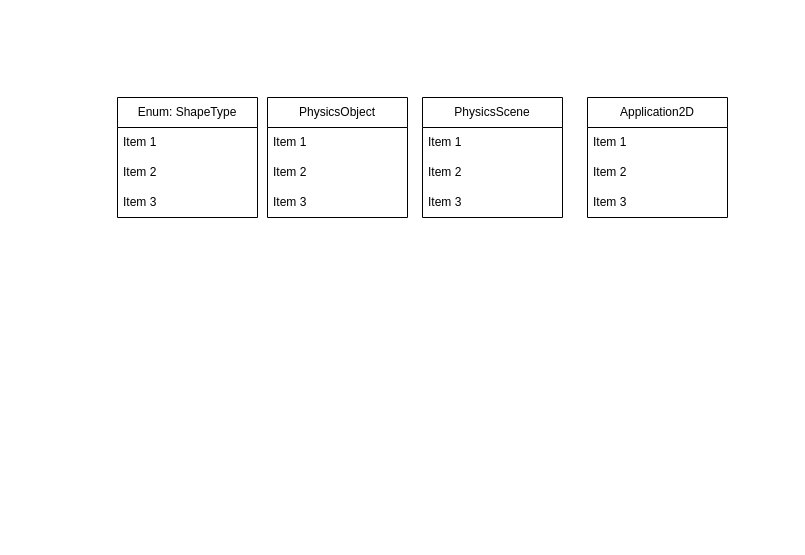
This is Untitled Diagram.drawio from HeMan-Sigmar/aieBootstrap, a draw.io file, before an edit. Source tidied: cells renumbered, new cells numbered last; positions are measured from the earlier drawing's top-left corner, leaving out a move shared by most shapes. Both pictures are drawn from the tidied source at 100%, with x=0, y=0 at pixel (117, 97).
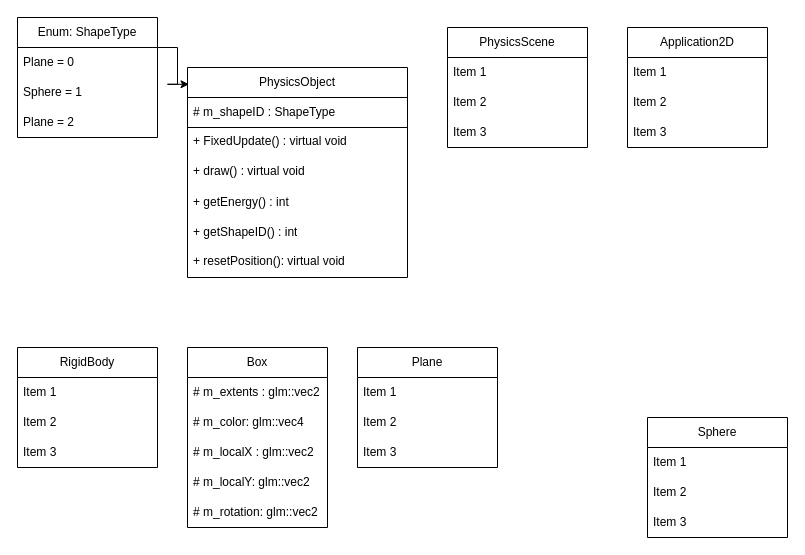
Above is the later version.

Diff of the diagram source:
```diff
@@
     <mxCell id="2" value="PhysicsScene" style="swimlane;fontStyle=0;horizontal=1;startSize=30;whiteSpace=wrap;html=1;" parent="1" vertex="1">
-      <mxGeometry x="305" width="140" height="120" as="geometry" />
+      <mxGeometry x="330" y="-70" width="140" height="120" as="geometry" />
     </mxCell>
@@
-    <mxCell id="6" value="PhysicsObject" style="swimlane;fontStyle=0;horizontal=1;startSize=30;whiteSpace=wrap;html=1;" parent="1" vertex="1">
-      <mxGeometry x="150" width="140" height="120" as="geometry" />
+    <mxCell id="6" value="PhysicsObject" style="swimlane;fontStyle=0;horizontal=1;startSize=30;whiteSpace=wrap;html=1;swimlaneLine=1;" parent="1" vertex="1">
+      <mxGeometry x="70" y="-30" width="220" height="210" as="geometry" />
     </mxCell>
-    <mxCell id="7" value="Item 1" style="text;strokeColor=none;fillColor=none;align=left;verticalAlign=middle;spacingLeft=4;spacingRight=4;overflow=hidden;whiteSpace=wrap;html=1;" parent="6" vertex="1">
-      <mxGeometry y="30" width="140" height="30" as="geometry" />
-    </mxCell>
-    <mxCell id="8" value="Item 2" style="text;strokeColor=none;fillColor=none;align=left;verticalAlign=middle;spacingLeft=4;spacingRight=4;overflow=hidden;whiteSpace=wrap;html=1;" parent="6" vertex="1">
-      <mxGeometry y="60" width="140" height="30" as="geometry" />
-    </mxCell>
-    <mxCell id="9" value="Item 3" style="text;strokeColor=none;fillColor=none;align=left;verticalAlign=middle;spacingLeft=4;spacingRight=4;overflow=hidden;whiteSpace=wrap;html=1;" parent="6" vertex="1">
-      <mxGeometry y="90" width="140" height="30" as="geometry" />
-    </mxCell>
+    <mxCell id="18" value="# m_shapeID : ShapeType" style="text;strokeColor=default;fillColor=none;align=left;verticalAlign=middle;spacingLeft=4;spacingRight=4;overflow=hidden;whiteSpace=wrap;html=1;rounded=0;shadow=0;glass=0;strokeWidth=1;labelBorderColor=none;" parent="6" vertex="1">
+      <mxGeometry y="30" width="220" height="30" as="geometry" />
+    </mxCell>
+    <mxCell id="19" value="+ FixedUpdate() : virtual void" style="text;strokeColor=none;fillColor=none;align=left;verticalAlign=top;spacingLeft=4;spacingRight=4;overflow=hidden;whiteSpace=wrap;html=1;glass=0;rounded=0;shadow=0;" parent="6" vertex="1">
+      <mxGeometry y="60" width="220" height="30" as="geometry" />
+    </mxCell>
+    <mxCell id="20" value="+ draw() : virtual void" style="text;strokeColor=none;fillColor=none;align=left;verticalAlign=top;spacingLeft=4;spacingRight=4;overflow=hidden;whiteSpace=wrap;html=1;" parent="6" vertex="1">
+      <mxGeometry y="90" width="220" height="30" as="geometry" />
+    </mxCell>
+    <mxCell id="21" value="+ getEnergy() : int" style="text;strokeColor=none;fillColor=none;align=left;verticalAlign=middle;spacingLeft=4;spacingRight=4;overflow=hidden;whiteSpace=wrap;html=1;" parent="6" vertex="1">
+      <mxGeometry y="120" width="220" height="30" as="geometry" />
+    </mxCell>
+    <mxCell id="22" value="+ getShapeID() : int" style="text;strokeColor=none;fillColor=none;align=left;verticalAlign=middle;spacingLeft=4;spacingRight=4;overflow=hidden;whiteSpace=wrap;html=1;" parent="6" vertex="1">
+      <mxGeometry y="150" width="220" height="30" as="geometry" />
+    </mxCell>
+    <mxCell id="23" value="+ resetPosition(): virtual void" style="text;strokeColor=none;fillColor=none;align=left;verticalAlign=top;spacingLeft=4;spacingRight=4;overflow=hidden;whiteSpace=wrap;html=1;" parent="6" vertex="1">
+      <mxGeometry y="180" width="220" height="30" as="geometry" />
+    </mxCell>
+    <mxCell id="24" style="edgeStyle=orthogonalEdgeStyle;rounded=0;jettySize=auto;html=1;exitX=1;exitY=0.25;exitDx=0;exitDy=0;entryX=0.007;entryY=0.08;entryDx=0;entryDy=0;entryPerimeter=0;" parent="1" edge="1" source="10" target="6">
+      <mxGeometry relative="1" as="geometry" />
+    </mxCell>
     <mxCell id="10" value="Enum: ShapeType" style="swimlane;fontStyle=0;horizontal=1;startSize=30;whiteSpace=wrap;html=1;" parent="1" vertex="1">
-      <mxGeometry width="140" height="120" as="geometry" />
+      <mxGeometry x="-100" y="-80" width="140" height="120" as="geometry" />
     </mxCell>
-    <mxCell id="11" value="Item 1" style="text;strokeColor=none;fillColor=none;align=left;verticalAlign=middle;spacingLeft=4;spacingRight=4;overflow=hidden;whiteSpace=wrap;html=1;" parent="10" vertex="1">
+    <mxCell id="11" value="Plane = 0" style="text;strokeColor=none;fillColor=none;align=left;verticalAlign=middle;spacingLeft=4;spacingRight=4;overflow=hidden;whiteSpace=wrap;html=1;" parent="10" vertex="1">
       <mxGeometry y="30" width="140" height="30" as="geometry" />
     </mxCell>
-    <mxCell id="12" value="Item 2" style="text;strokeColor=none;fillColor=none;align=left;verticalAlign=middle;spacingLeft=4;spacingRight=4;overflow=hidden;whiteSpace=wrap;html=1;" parent="10" vertex="1">
+    <mxCell id="12" value="Sphere = 1" style="text;strokeColor=none;fillColor=none;align=left;verticalAlign=middle;spacingLeft=4;spacingRight=4;overflow=hidden;whiteSpace=wrap;html=1;" parent="10" vertex="1">
       <mxGeometry y="60" width="140" height="30" as="geometry" />
     </mxCell>
-    <mxCell id="13" value="Item 3" style="text;strokeColor=none;fillColor=none;align=left;verticalAlign=middle;spacingLeft=4;spacingRight=4;overflow=hidden;whiteSpace=wrap;html=1;" parent="10" vertex="1">
+    <mxCell id="13" value="Plane = 2" style="text;strokeColor=none;fillColor=none;align=left;verticalAlign=middle;spacingLeft=4;spacingRight=4;overflow=hidden;whiteSpace=wrap;html=1;" parent="10" vertex="1">
       <mxGeometry y="90" width="140" height="30" as="geometry" />
     </mxCell>
     <mxCell id="14" value="Application2D" style="swimlane;fontStyle=0;horizontal=1;startSize=30;whiteSpace=wrap;html=1;" parent="1" vertex="1">
-      <mxGeometry x="470" width="140" height="120" as="geometry" />
+      <mxGeometry x="510" y="-70" width="140" height="120" as="geometry" />
     </mxCell>
@@
+    <mxCell id="25" value="RigidBody" style="swimlane;fontStyle=0;horizontal=1;startSize=30;whiteSpace=wrap;html=1;" parent="1" vertex="1">
+      <mxGeometry x="-100" y="250" width="140" height="120" as="geometry" />
+    </mxCell>
+    <mxCell id="26" value="Item 1" style="text;strokeColor=none;fillColor=none;align=left;verticalAlign=middle;spacingLeft=4;spacingRight=4;overflow=hidden;whiteSpace=wrap;html=1;" parent="25" vertex="1">
+      <mxGeometry y="30" width="140" height="30" as="geometry" />
+    </mxCell>
+    <mxCell id="27" value="Item 2" style="text;strokeColor=none;fillColor=none;align=left;verticalAlign=middle;spacingLeft=4;spacingRight=4;overflow=hidden;whiteSpace=wrap;html=1;" parent="25" vertex="1">
+      <mxGeometry y="60" width="140" height="30" as="geometry" />
+    </mxCell>
+    <mxCell id="28" value="Item 3" style="text;strokeColor=none;fillColor=none;align=left;verticalAlign=middle;spacingLeft=4;spacingRight=4;overflow=hidden;whiteSpace=wrap;html=1;" parent="25" vertex="1">
+      <mxGeometry y="90" width="140" height="30" as="geometry" />
+    </mxCell>
+    <mxCell id="29" value="Plane" style="swimlane;fontStyle=0;horizontal=1;startSize=30;whiteSpace=wrap;html=1;" parent="1" vertex="1">
+      <mxGeometry x="240" y="250" width="140" height="120" as="geometry" />
+    </mxCell>
+    <mxCell id="30" value="Item 1" style="text;strokeColor=none;fillColor=none;align=left;verticalAlign=middle;spacingLeft=4;spacingRight=4;overflow=hidden;whiteSpace=wrap;html=1;" parent="29" vertex="1">
+      <mxGeometry y="30" width="140" height="30" as="geometry" />
+    </mxCell>
+    <mxCell id="31" value="Item 2" style="text;strokeColor=none;fillColor=none;align=left;verticalAlign=middle;spacingLeft=4;spacingRight=4;overflow=hidden;whiteSpace=wrap;html=1;" parent="29" vertex="1">
+      <mxGeometry y="60" width="140" height="30" as="geometry" />
+    </mxCell>
+    <mxCell id="32" value="Item 3" style="text;strokeColor=none;fillColor=none;align=left;verticalAlign=middle;spacingLeft=4;spacingRight=4;overflow=hidden;whiteSpace=wrap;html=1;" parent="29" vertex="1">
+      <mxGeometry y="90" width="140" height="30" as="geometry" />
+    </mxCell>
+    <mxCell id="33" value="Box" style="swimlane;fontStyle=0;horizontal=1;startSize=30;whiteSpace=wrap;html=1;" parent="1" vertex="1">
+      <mxGeometry x="70" y="250" width="140" height="180" as="geometry" />
+    </mxCell>
+    <mxCell id="34" value="# m_extents : glm::vec2" style="text;strokeColor=none;fillColor=none;align=left;verticalAlign=middle;spacingLeft=4;spacingRight=4;overflow=hidden;whiteSpace=wrap;html=1;" parent="33" vertex="1">
+      <mxGeometry y="30" width="140" height="30" as="geometry" />
+    </mxCell>
+    <mxCell id="35" value="# m_color: glm::vec4" style="text;strokeColor=none;fillColor=none;align=left;verticalAlign=middle;spacingLeft=4;spacingRight=4;overflow=hidden;whiteSpace=wrap;html=1;" parent="33" vertex="1">
+      <mxGeometry y="60" width="140" height="30" as="geometry" />
+    </mxCell>
+    <mxCell id="36" value="# m_localX : glm::vec2" style="text;strokeColor=none;fillColor=none;align=left;verticalAlign=middle;spacingLeft=4;spacingRight=4;overflow=hidden;whiteSpace=wrap;html=1;" parent="33" vertex="1">
+      <mxGeometry y="90" width="140" height="30" as="geometry" />
+    </mxCell>
+    <mxCell id="37" value="# m_localY: glm::vec2" style="text;strokeColor=none;fillColor=none;align=left;verticalAlign=middle;spacingLeft=4;spacingRight=4;overflow=hidden;whiteSpace=wrap;html=1;" parent="33" vertex="1">
+      <mxGeometry y="120" width="140" height="30" as="geometry" />
+    </mxCell>
+    <mxCell id="38" value="# m_rotation: glm::vec2" style="text;strokeColor=none;fillColor=none;align=left;verticalAlign=middle;spacingLeft=4;spacingRight=4;overflow=hidden;whiteSpace=wrap;html=1;" parent="33" vertex="1">
+      <mxGeometry y="150" width="140" height="30" as="geometry" />
+    </mxCell>
+    <mxCell id="39" value="Sphere" style="swimlane;fontStyle=0;horizontal=1;startSize=30;whiteSpace=wrap;html=1;" parent="1" vertex="1">
+      <mxGeometry x="530" y="320" width="140" height="120" as="geometry" />
+    </mxCell>
+    <mxCell id="40" value="Item 1" style="text;strokeColor=none;fillColor=none;align=left;verticalAlign=middle;spacingLeft=4;spacingRight=4;overflow=hidden;whiteSpace=wrap;html=1;" parent="39" vertex="1">
+      <mxGeometry y="30" width="140" height="30" as="geometry" />
+    </mxCell>
+    <mxCell id="41" value="Item 2" style="text;strokeColor=none;fillColor=none;align=left;verticalAlign=middle;spacingLeft=4;spacingRight=4;overflow=hidden;whiteSpace=wrap;html=1;" parent="39" vertex="1">
+      <mxGeometry y="60" width="140" height="30" as="geometry" />
+    </mxCell>
+    <mxCell id="42" value="Item 3" style="text;strokeColor=none;fillColor=none;align=left;verticalAlign=middle;spacingLeft=4;spacingRight=4;overflow=hidden;whiteSpace=wrap;html=1;" parent="39" vertex="1">
+      <mxGeometry y="90" width="140" height="30" as="geometry" />
+    </mxCell>
```
